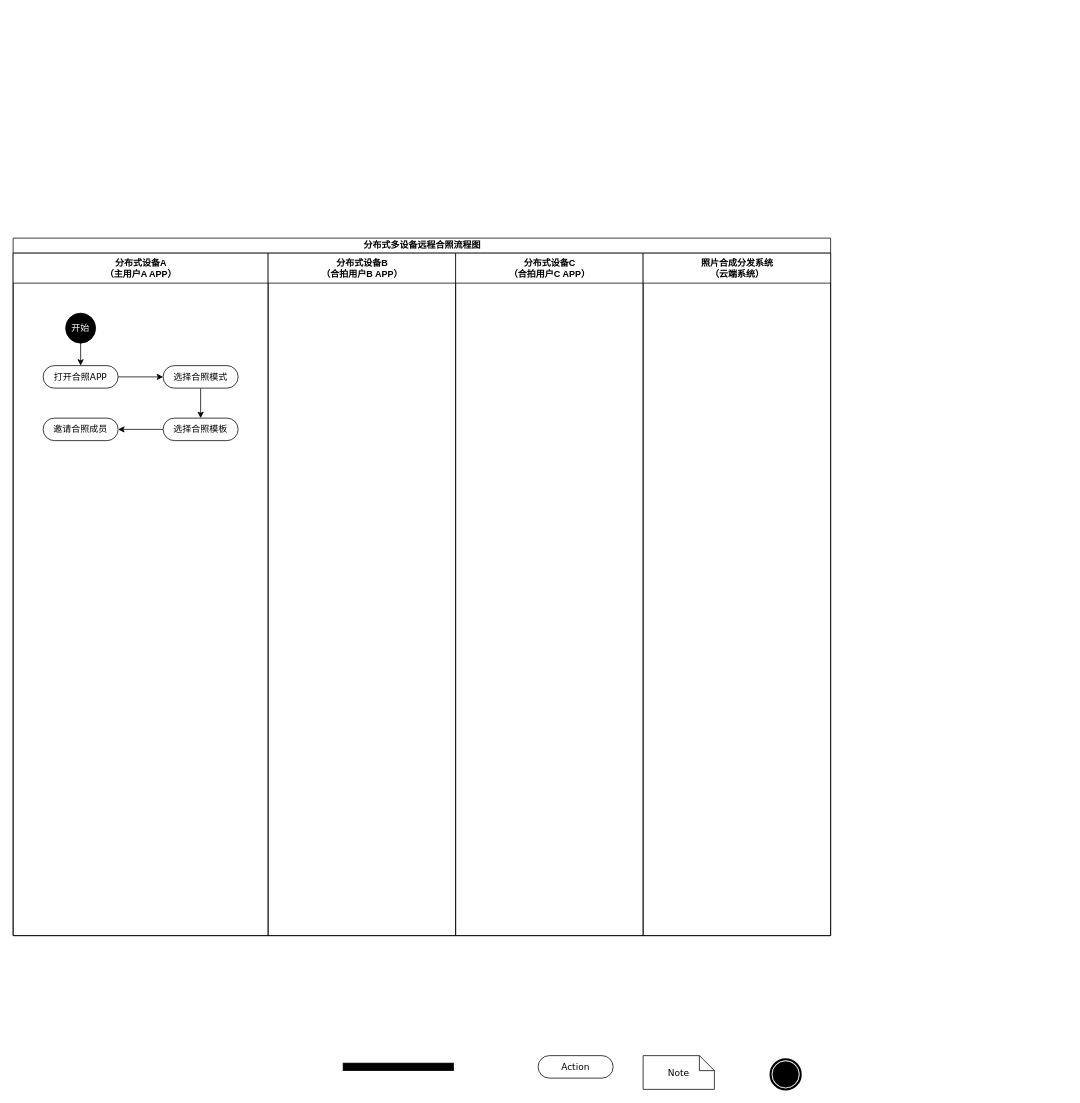
Earlier version of the draw.io diagram draw/分布式多设备远程合照流程图.drawio (befairyliu/draw.io). Source tidied: cells renumbered, new cells numbered last; positions are measured from the earlier drawing's top-left corner, leaving out a move shared by most shapes. Both pictures are drawn from the tidied source at 75%, with x=0, y=0 at pixel (13, 238).
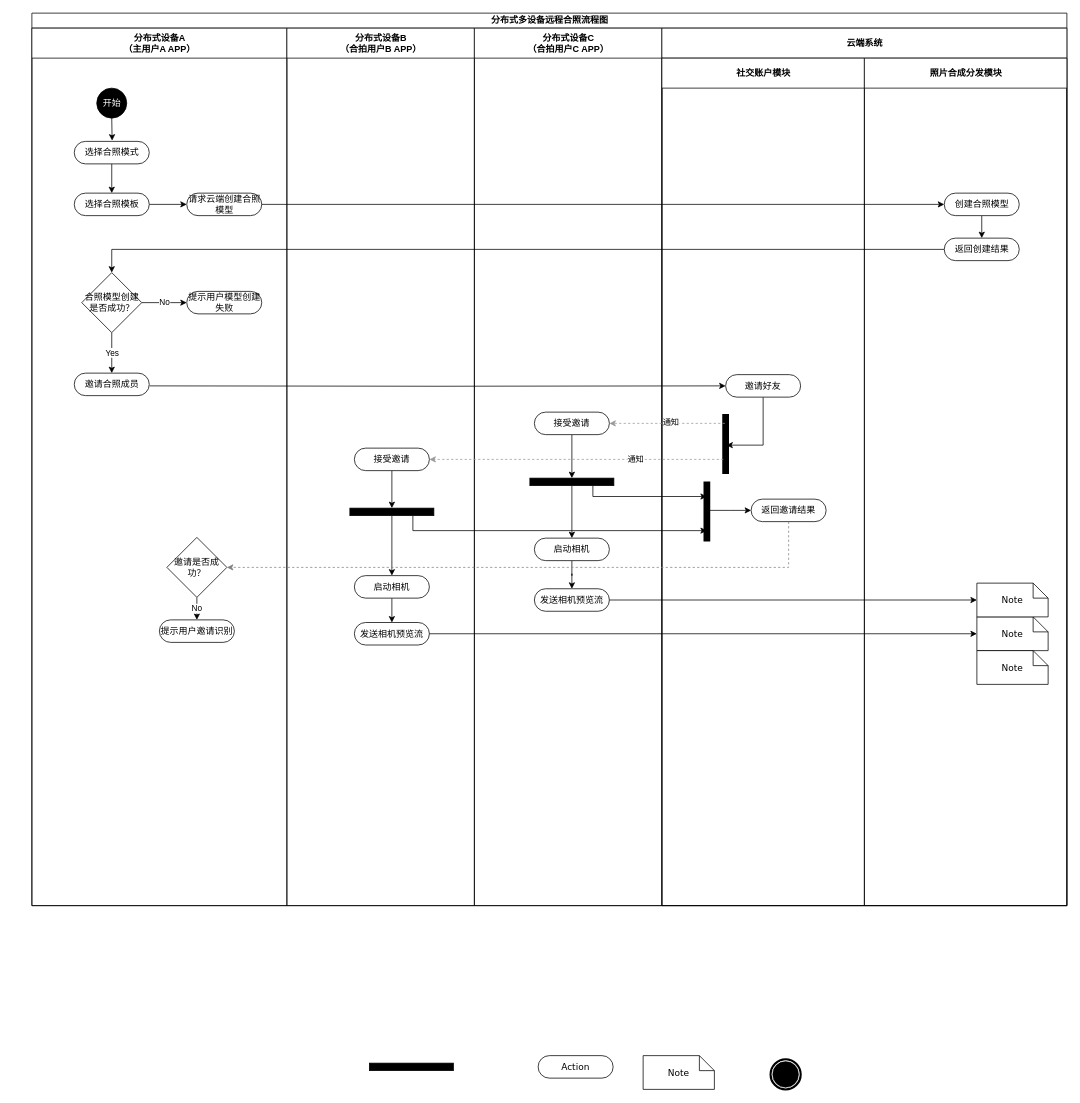
The same page after the edit.

Commit message:
Update 分布式多设备远程合照流程图.drawio

The edit, as a diff of the source:
```diff
@@
+    <mxCell id="16" value="Note" style="shape=note;whiteSpace=wrap;html=1;rounded=0;shadow=0;comic=0;labelBackgroundColor=none;strokeWidth=1;fontFamily=Verdana;fontSize=12;align=center;size=20;" parent="1" vertex="1">
+      <mxGeometry x="840" y="1090" width="95" height="45" as="geometry" />
+    </mxCell>
+    <mxCell id="17" value="Action" style="rounded=1;whiteSpace=wrap;html=1;shadow=0;comic=0;labelBackgroundColor=none;strokeWidth=1;fontFamily=Verdana;fontSize=12;align=center;arcSize=50;" parent="1" vertex="1">
+      <mxGeometry x="700" y="1090" width="100" height="30" as="geometry" />
+    </mxCell>
+    <mxCell id="18" style="shape=mxgraph.bpmn.shape;html=1;verticalLabelPosition=bottom;labelBackgroundColor=#ffffff;verticalAlign=top;perimeter=ellipsePerimeter;outline=end;symbol=terminate;rounded=0;shadow=0;comic=0;strokeWidth=1;fontFamily=Verdana;fontSize=12;align=center;" parent="1" vertex="1">
+      <mxGeometry x="1010" y="1095" width="40" height="40" as="geometry" />
+    </mxCell>
+    <mxCell id="19" style="whiteSpace=wrap;html=1;rounded=0;shadow=0;comic=0;labelBackgroundColor=none;strokeWidth=1;fillColor=#000000;fontFamily=Verdana;fontSize=12;align=center;rotation=0;" parent="1" vertex="1">
+      <mxGeometry x="475" y="1100" width="112" height="10" as="geometry" />
+    </mxCell>
     <mxCell id="2" value="分布式多设备远程合照流程图" style="swimlane;html=1;startSize=20;rounded=0;shadow=0;comic=0;labelBackgroundColor=none;strokeWidth=1;fontFamily=Verdana;fontSize=12;align=center;" parent="1" vertex="1">
-      <mxGeometry width="1090" height="930" as="geometry" />
+      <mxGeometry x="25" y="-300" width="1380" height="1190" as="geometry" />
     </mxCell>
+    <mxCell id="20" style="edgeStyle=orthogonalEdgeStyle;rounded=0;jettySize=auto;html=1;exitX=0;exitY=0.5;exitDx=0;exitDy=0;entryX=0.5;entryY=0;entryDx=0;entryDy=0;" parent="2" edge="1" source="52" target="23">
+      <mxGeometry relative="1" as="geometry" />
+    </mxCell>
     <mxCell id="3" value="分布式设备A&lt;br&gt;（主用户A APP）" style="swimlane;html=1;startSize=40;" parent="2" vertex="1">
-      <mxGeometry y="20" width="340" height="910" as="geometry" />
+      <mxGeometry y="20" width="340" height="1170" as="geometry" />
     </mxCell>
-    <mxCell id="4" style="edgeStyle=orthogonalEdgeStyle;rounded=0;jettySize=auto;html=1;exitX=1;exitY=0.5;exitDx=0;exitDy=0;entryX=0;entryY=0.5;entryDx=0;entryDy=0;" parent="3" edge="1" source="5" target="10">
-      <mxGeometry relative="1" as="geometry" />
-    </mxCell>
-    <mxCell id="5" value="打开合照APP" style="rounded=1;whiteSpace=wrap;html=1;shadow=0;comic=0;labelBackgroundColor=none;strokeWidth=1;fontFamily=Verdana;fontSize=12;align=center;arcSize=50;" parent="3" vertex="1">
-      <mxGeometry x="40" y="150" width="100" height="30" as="geometry" />
-    </mxCell>
-    <mxCell id="6" style="edgeStyle=orthogonalEdgeStyle;rounded=0;jettySize=auto;html=1;exitX=0.5;exitY=1;exitDx=0;exitDy=0;entryX=0.5;entryY=0;entryDx=0;entryDy=0;" parent="3" edge="1" source="7" target="5">
-      <mxGeometry relative="1" as="geometry" />
+    <mxCell id="6" style="edgeStyle=orthogonalEdgeStyle;rounded=0;jettySize=auto;html=1;exitX=0.5;exitY=1;exitDx=0;exitDy=0;" parent="3" edge="1" source="7">
+      <mxGeometry relative="1" as="geometry">
+        <mxPoint x="107" y="150" as="targetPoint" />
+      </mxGeometry>
     </mxCell>
-    <mxCell id="7" value="&lt;font color=&quot;#ffffff&quot;&gt;开始&lt;/font&gt;" style="ellipse;whiteSpace=wrap;html=1;rounded=0;shadow=0;comic=0;labelBackgroundColor=none;strokeWidth=1;fillColor=#000000;fontFamily=Verdana;fontSize=12;align=center;" parent="3" vertex="1">
-      <mxGeometry x="70" y="80" width="40" height="40" as="geometry" />
-    </mxCell>
-    <mxCell id="8" value="邀请合照成员" style="rounded=1;whiteSpace=wrap;html=1;shadow=0;comic=0;labelBackgroundColor=none;strokeWidth=1;fontFamily=Verdana;fontSize=12;align=center;arcSize=50;" parent="3" vertex="1">
-      <mxGeometry x="40" y="220" width="100" height="30" as="geometry" />
-    </mxCell>
+    <mxCell id="21" value="No" style="edgeStyle=orthogonalEdgeStyle;rounded=0;jettySize=auto;html=1;exitX=1;exitY=0.5;exitDx=0;exitDy=0;entryX=0;entryY=0.5;entryDx=0;entryDy=0;" parent="3" edge="1" source="23" target="28">
+      <mxGeometry relative="1" as="geometry" />
+    </mxCell>
+    <mxCell id="22" value="Yes" style="edgeStyle=orthogonalEdgeStyle;rounded=0;jettySize=auto;html=1;exitX=0.5;exitY=1;exitDx=0;exitDy=0;entryX=0.5;entryY=0;entryDx=0;entryDy=0;" parent="3" edge="1" source="23" target="24">
+      <mxGeometry relative="1" as="geometry" />
+    </mxCell>
+    <mxCell id="23" value="合照模型创建是否成功？" style="rhombus;whiteSpace=wrap;html=1;" parent="3" vertex="1">
+      <mxGeometry x="66.5" y="326" width="80" height="80" as="geometry" />
+    </mxCell>
+    <mxCell id="24" value="邀请合照成员" style="rounded=1;whiteSpace=wrap;html=1;shadow=0;comic=0;labelBackgroundColor=none;strokeWidth=1;fontFamily=Verdana;fontSize=12;align=center;arcSize=50;" parent="3" vertex="1">
+      <mxGeometry x="56.5" y="460" width="100" height="30" as="geometry" />
+    </mxCell>
@@
     <mxCell id="10" value="选择合照模式" style="rounded=1;whiteSpace=wrap;html=1;shadow=0;comic=0;labelBackgroundColor=none;strokeWidth=1;fontFamily=Verdana;fontSize=12;align=center;arcSize=50;" parent="3" vertex="1">
-      <mxGeometry x="200" y="150" width="100" height="30" as="geometry" />
+      <mxGeometry x="56.5" y="151" width="100" height="30" as="geometry" />
     </mxCell>
-    <mxCell id="11" style="edgeStyle=orthogonalEdgeStyle;rounded=0;jettySize=auto;html=1;exitX=0;exitY=0.5;exitDx=0;exitDy=0;entryX=1;entryY=0.5;entryDx=0;entryDy=0;" parent="3" edge="1" source="12" target="8">
+    <mxCell id="11" style="edgeStyle=orthogonalEdgeStyle;rounded=0;jettySize=auto;html=1;exitX=1;exitY=0.5;exitDx=0;exitDy=0;entryX=0;entryY=0.5;entryDx=0;entryDy=0;" parent="3" edge="1" source="12" target="8">
       <mxGeometry relative="1" as="geometry" />
     </mxCell>
     <mxCell id="12" value="选择合照模板" style="rounded=1;whiteSpace=wrap;html=1;shadow=0;comic=0;labelBackgroundColor=none;strokeWidth=1;fontFamily=Verdana;fontSize=12;align=center;arcSize=50;" parent="3" vertex="1">
-      <mxGeometry x="200" y="220" width="100" height="30" as="geometry" />
+      <mxGeometry x="56.5" y="220" width="100" height="30" as="geometry" />
     </mxCell>
+    <mxCell id="7" value="&lt;font color=&quot;#ffffff&quot;&gt;开始&lt;/font&gt;" style="ellipse;whiteSpace=wrap;html=1;rounded=0;shadow=0;comic=0;labelBackgroundColor=none;strokeWidth=1;fillColor=#000000;fontFamily=Verdana;fontSize=12;align=center;" parent="3" vertex="1">
+      <mxGeometry x="86.5" y="80" width="40" height="40" as="geometry" />
+    </mxCell>
+    <mxCell id="25" value="No" style="edgeStyle=orthogonalEdgeStyle;rounded=0;jettySize=auto;html=1;exitX=0.5;exitY=1;exitDx=0;exitDy=0;entryX=0.5;entryY=0;entryDx=0;entryDy=0;startArrow=none;startFill=0;endArrow=classic;endFill=1;" parent="3" edge="1" source="26" target="27">
+      <mxGeometry relative="1" as="geometry" />
+    </mxCell>
+    <mxCell id="26" value="邀请是否成功？" style="rhombus;whiteSpace=wrap;html=1;" parent="3" vertex="1">
+      <mxGeometry x="180" y="679" width="80" height="80" as="geometry" />
+    </mxCell>
+    <mxCell id="27" value="提示用户邀请识别" style="rounded=1;whiteSpace=wrap;html=1;shadow=0;comic=0;labelBackgroundColor=none;strokeWidth=1;fontFamily=Verdana;fontSize=12;align=center;arcSize=50;" parent="3" vertex="1">
+      <mxGeometry x="170" y="789" width="100" height="30" as="geometry" />
+    </mxCell>
+    <mxCell id="8" value="请求云端创建合照模型" style="rounded=1;whiteSpace=wrap;html=1;shadow=0;comic=0;labelBackgroundColor=none;strokeWidth=1;fontFamily=Verdana;fontSize=12;align=center;arcSize=50;" parent="3" vertex="1">
+      <mxGeometry x="206.5" y="220" width="100" height="30" as="geometry" />
+    </mxCell>
+    <mxCell id="28" value="提示用户模型创建失败" style="rounded=1;whiteSpace=wrap;html=1;shadow=0;comic=0;labelBackgroundColor=none;strokeWidth=1;fontFamily=Verdana;fontSize=12;align=center;arcSize=50;" parent="3" vertex="1">
+      <mxGeometry x="206.5" y="351" width="100" height="30" as="geometry" />
+    </mxCell>
     <mxCell id="13" value="分布式设备B&lt;br&gt;（合拍用户B APP）" style="swimlane;html=1;startSize=40;" parent="2" vertex="1">
-      <mxGeometry x="340" y="20" width="250" height="910" as="geometry" />
+      <mxGeometry x="340" y="20" width="250" height="1170" as="geometry" />
     </mxCell>
+    <mxCell id="29" value="发送相机预览流" style="rounded=1;whiteSpace=wrap;html=1;shadow=0;comic=0;labelBackgroundColor=none;strokeWidth=1;fontFamily=Verdana;fontSize=12;align=center;arcSize=50;" parent="13" vertex="1">
+      <mxGeometry x="90" y="792.5" width="100" height="30" as="geometry" />
+    </mxCell>
+    <mxCell id="30" style="edgeStyle=orthogonalEdgeStyle;rounded=0;jettySize=auto;html=1;exitX=0.5;exitY=1;exitDx=0;exitDy=0;entryX=0.5;entryY=0;entryDx=0;entryDy=0;startArrow=none;startFill=0;endArrow=classic;endFill=1;" parent="13" edge="1" source="31" target="35">
+      <mxGeometry relative="1" as="geometry" />
+    </mxCell>
+    <mxCell id="31" value="接受邀请" style="rounded=1;whiteSpace=wrap;html=1;shadow=0;comic=0;labelBackgroundColor=none;strokeWidth=1;fontFamily=Verdana;fontSize=12;align=center;arcSize=50;" parent="13" vertex="1">
+      <mxGeometry x="90" y="560" width="100" height="30" as="geometry" />
+    </mxCell>
+    <mxCell id="32" style="edgeStyle=orthogonalEdgeStyle;rounded=0;jettySize=auto;html=1;exitX=0.5;exitY=1;exitDx=0;exitDy=0;entryX=0.5;entryY=0;entryDx=0;entryDy=0;startArrow=none;startFill=0;endArrow=classic;endFill=1;" parent="13" edge="1" source="33" target="29">
+      <mxGeometry relative="1" as="geometry" />
+    </mxCell>
+    <mxCell id="33" value="启动相机" style="rounded=1;whiteSpace=wrap;html=1;shadow=0;comic=0;labelBackgroundColor=none;strokeWidth=1;fontFamily=Verdana;fontSize=12;align=center;arcSize=50;" parent="13" vertex="1">
+      <mxGeometry x="90" y="730" width="100" height="30" as="geometry" />
+    </mxCell>
+    <mxCell id="34" style="edgeStyle=orthogonalEdgeStyle;rounded=0;jettySize=auto;html=1;exitX=0.5;exitY=1;exitDx=0;exitDy=0;entryX=0.5;entryY=0;entryDx=0;entryDy=0;startArrow=none;startFill=0;endArrow=classic;endFill=1;" parent="13" edge="1" source="35" target="33">
+      <mxGeometry relative="1" as="geometry" />
+    </mxCell>
+    <mxCell id="35" style="whiteSpace=wrap;html=1;rounded=0;shadow=0;comic=0;labelBackgroundColor=none;strokeWidth=1;fillColor=#000000;fontFamily=Verdana;fontSize=12;align=center;rotation=0;" parent="13" vertex="1">
+      <mxGeometry x="84" y="640" width="112" height="10" as="geometry" />
+    </mxCell>
     <mxCell id="14" value="分布式设备C&lt;br&gt;（合拍用户C APP）" style="swimlane;html=1;startSize=40;" parent="2" vertex="1">
-      <mxGeometry x="590" y="20" width="250" height="910" as="geometry" />
+      <mxGeometry x="590" y="20" width="250" height="1170" as="geometry" />
     </mxCell>
+    <mxCell id="36" value="发送相机预览流" style="rounded=1;whiteSpace=wrap;html=1;shadow=0;comic=0;labelBackgroundColor=none;strokeWidth=1;fontFamily=Verdana;fontSize=12;align=center;arcSize=50;" parent="14" vertex="1">
+      <mxGeometry x="80" y="747.5" width="100" height="30" as="geometry" />
+    </mxCell>
+    <mxCell id="37" style="edgeStyle=orthogonalEdgeStyle;rounded=0;jettySize=auto;html=1;exitX=0.5;exitY=1;exitDx=0;exitDy=0;entryX=0.5;entryY=0;entryDx=0;entryDy=0;startArrow=none;startFill=0;endArrow=classic;endFill=1;" parent="14" edge="1" source="38" target="42">
+      <mxGeometry relative="1" as="geometry" />
+    </mxCell>
+    <mxCell id="38" value="接受邀请" style="rounded=1;whiteSpace=wrap;html=1;shadow=0;comic=0;labelBackgroundColor=none;strokeWidth=1;fontFamily=Verdana;fontSize=12;align=center;arcSize=50;" parent="14" vertex="1">
+      <mxGeometry x="80" y="512" width="100" height="30" as="geometry" />
+    </mxCell>
+    <mxCell id="39" style="edgeStyle=orthogonalEdgeStyle;rounded=0;jettySize=auto;html=1;exitX=0.5;exitY=1;exitDx=0;exitDy=0;startArrow=none;startFill=0;endArrow=classic;endFill=1;" parent="14" edge="1" source="40" target="36">
+      <mxGeometry relative="1" as="geometry" />
+    </mxCell>
+    <mxCell id="40" value="启动相机" style="rounded=1;whiteSpace=wrap;html=1;shadow=0;comic=0;labelBackgroundColor=none;strokeWidth=1;fontFamily=Verdana;fontSize=12;align=center;arcSize=50;" parent="14" vertex="1">
+      <mxGeometry x="80" y="680" width="100" height="30" as="geometry" />
+    </mxCell>
+    <mxCell id="41" style="edgeStyle=orthogonalEdgeStyle;rounded=0;jettySize=auto;html=1;exitX=0.5;exitY=1;exitDx=0;exitDy=0;entryX=0.5;entryY=0;entryDx=0;entryDy=0;startArrow=none;startFill=0;endArrow=classic;endFill=1;" parent="14" edge="1" source="42" target="40">
+      <mxGeometry relative="1" as="geometry" />
+    </mxCell>
+    <mxCell id="42" style="whiteSpace=wrap;html=1;rounded=0;shadow=0;comic=0;labelBackgroundColor=none;strokeWidth=1;fillColor=#000000;fontFamily=Verdana;fontSize=12;align=center;rotation=0;" parent="14" vertex="1">
+      <mxGeometry x="74" y="600" width="112" height="10" as="geometry" />
+    </mxCell>
-    <mxCell id="15" value="照片合成分发系统&lt;br&gt;（云端系统）" style="swimlane;html=1;startSize=40;" parent="2" vertex="1">
-      <mxGeometry x="840" y="20" width="250" height="910" as="geometry" />
+    <mxCell id="15" value="云端系统" style="swimlane;html=1;startSize=40;" parent="2" vertex="1">
+      <mxGeometry x="840" y="20" width="540" height="1170" as="geometry" />
     </mxCell>
-    <mxCell id="16" value="Note" style="shape=note;whiteSpace=wrap;html=1;rounded=0;shadow=0;comic=0;labelBackgroundColor=none;strokeWidth=1;fontFamily=Verdana;fontSize=12;align=center;size=20;" parent="1" vertex="1">
-      <mxGeometry x="840" y="1090" width="95" height="45" as="geometry" />
-    </mxCell>
-    <mxCell id="17" value="Action" style="rounded=1;whiteSpace=wrap;html=1;shadow=0;comic=0;labelBackgroundColor=none;strokeWidth=1;fontFamily=Verdana;fontSize=12;align=center;arcSize=50;" parent="1" vertex="1">
-      <mxGeometry x="700" y="1090" width="100" height="30" as="geometry" />
-    </mxCell>
-    <mxCell id="18" style="shape=mxgraph.bpmn.shape;html=1;verticalLabelPosition=bottom;labelBackgroundColor=#ffffff;verticalAlign=top;perimeter=ellipsePerimeter;outline=end;symbol=terminate;rounded=0;shadow=0;comic=0;strokeWidth=1;fontFamily=Verdana;fontSize=12;align=center;" parent="1" vertex="1">
-      <mxGeometry x="1010" y="1095" width="40" height="40" as="geometry" />
-    </mxCell>
-    <mxCell id="19" style="whiteSpace=wrap;html=1;rounded=0;shadow=0;comic=0;labelBackgroundColor=none;strokeWidth=1;fillColor=#000000;fontFamily=Verdana;fontSize=12;align=center;rotation=0;" parent="1" vertex="1">
-      <mxGeometry x="440" y="1100" width="147" height="10" as="geometry" />
-    </mxCell>
+    <mxCell id="43" value="社交账户模块" style="swimlane;html=1;startSize=40;fillColor=#FFFFFF;" parent="15" vertex="1">
+      <mxGeometry y="40" width="270" height="1130" as="geometry" />
+    </mxCell>
+    <mxCell id="44" style="shape=line;strokeWidth=9;rotation=90;" parent="43" vertex="1">
+      <mxGeometry x="20" y="597" width="80" height="15" as="geometry" />
+    </mxCell>
+    <mxCell id="45" style="shape=line;strokeWidth=9;rotation=90;" parent="43" vertex="1">
+      <mxGeometry x="45" y="507" width="80" height="15" as="geometry" />
+    </mxCell>
+    <mxCell id="46" style="edgeStyle=orthogonalEdgeStyle;rounded=0;jettySize=auto;html=1;exitX=0.5;exitY=1;exitDx=0;exitDy=0;entryX=0.519;entryY=0.433;entryDx=0;entryDy=0;entryPerimeter=0;" parent="43" edge="1" source="47" target="45">
+      <mxGeometry relative="1" as="geometry">
+        <Array as="points">
+          <mxPoint x="135" y="516" />
+        </Array>
+      </mxGeometry>
+    </mxCell>
+    <mxCell id="47" value="邀请好友" style="rounded=1;whiteSpace=wrap;html=1;shadow=0;comic=0;labelBackgroundColor=none;strokeWidth=1;fontFamily=Verdana;fontSize=12;align=center;arcSize=50;" parent="43" vertex="1">
+      <mxGeometry x="85" y="422" width="100" height="30" as="geometry" />
+    </mxCell>
+    <mxCell id="48" style="edgeStyle=orthogonalEdgeStyle;rounded=0;jettySize=auto;html=1;exitX=0;exitY=0.5;exitDx=0;exitDy=0;entryX=0.481;entryY=-0.167;entryDx=0;entryDy=0;entryPerimeter=0;startArrow=classic;startFill=1;endArrow=none;endFill=0;" parent="43" edge="1" source="49">
+      <mxGeometry relative="1" as="geometry">
+        <mxPoint x="64" y="603" as="targetPoint" />
+      </mxGeometry>
+    </mxCell>
+    <mxCell id="49" value="返回邀请结果" style="rounded=1;whiteSpace=wrap;html=1;shadow=0;comic=0;labelBackgroundColor=none;strokeWidth=1;fontFamily=Verdana;fontSize=12;align=center;arcSize=50;" parent="43" vertex="1">
+      <mxGeometry x="119" y="588" width="100" height="30" as="geometry" />
+    </mxCell>
+    <mxCell id="50" value="照片合成分发模块" style="swimlane;html=1;startSize=40;" parent="15" vertex="1">
+      <mxGeometry x="270" y="40" width="270" height="1130" as="geometry" />
+    </mxCell>
+    <mxCell id="51" style="edgeStyle=orthogonalEdgeStyle;rounded=0;jettySize=auto;html=1;exitX=0.5;exitY=1;exitDx=0;exitDy=0;entryX=0.5;entryY=0;entryDx=0;entryDy=0;" parent="50" edge="1" source="53" target="52">
+      <mxGeometry relative="1" as="geometry" />
+    </mxCell>
+    <mxCell id="52" value="返回创建结果" style="rounded=1;whiteSpace=wrap;html=1;shadow=0;comic=0;labelBackgroundColor=none;strokeWidth=1;fontFamily=Verdana;fontSize=12;align=center;arcSize=50;" parent="50" vertex="1">
+      <mxGeometry x="106.5" y="240" width="100" height="30" as="geometry" />
+    </mxCell>
+    <mxCell id="53" value="创建合照模型" style="rounded=1;whiteSpace=wrap;html=1;shadow=0;comic=0;labelBackgroundColor=none;strokeWidth=1;fontFamily=Verdana;fontSize=12;align=center;arcSize=50;" parent="50" vertex="1">
+      <mxGeometry x="106.5" y="180" width="100" height="30" as="geometry" />
+    </mxCell>
+    <mxCell id="54" value="Note" style="shape=note;whiteSpace=wrap;html=1;rounded=0;shadow=0;comic=0;labelBackgroundColor=none;strokeWidth=1;fontFamily=Verdana;fontSize=12;align=center;size=20;" parent="50" vertex="1">
+      <mxGeometry x="150" y="745" width="95" height="45" as="geometry" />
+    </mxCell>
+    <mxCell id="55" value="Note" style="shape=note;whiteSpace=wrap;html=1;rounded=0;shadow=0;comic=0;labelBackgroundColor=none;strokeWidth=1;fontFamily=Verdana;fontSize=12;align=center;size=20;" parent="50" vertex="1">
+      <mxGeometry x="150" y="700" width="95" height="45" as="geometry" />
+    </mxCell>
+    <mxCell id="56" value="Note" style="shape=note;whiteSpace=wrap;html=1;rounded=0;shadow=0;comic=0;labelBackgroundColor=none;strokeWidth=1;fontFamily=Verdana;fontSize=12;align=center;size=20;" parent="50" vertex="1">
+      <mxGeometry x="150" y="790" width="95" height="45" as="geometry" />
+    </mxCell>
+    <mxCell id="57" style="edgeStyle=orthogonalEdgeStyle;rounded=0;jettySize=auto;html=1;exitX=1;exitY=0.5;exitDx=0;exitDy=0;" parent="2" edge="1" source="8" target="53">
+      <mxGeometry relative="1" as="geometry" />
+    </mxCell>
+    <mxCell id="58" style="edgeStyle=orthogonalEdgeStyle;rounded=0;jettySize=auto;html=1;entryX=0;entryY=0.5;entryDx=0;entryDy=0;" parent="2" edge="1" target="47">
+      <mxGeometry relative="1" as="geometry">
+        <mxPoint x="157" y="497" as="sourcePoint" />
+      </mxGeometry>
+    </mxCell>
+    <mxCell id="59" style="edgeStyle=orthogonalEdgeStyle;rounded=0;jettySize=auto;html=1;exitX=0.156;exitY=0.567;exitDx=0;exitDy=0;entryX=1;entryY=0.5;entryDx=0;entryDy=0;dashed=1;exitPerimeter=0;strokeColor=#999999;" parent="2" edge="1" source="45" target="38">
+      <mxGeometry relative="1" as="geometry" />
+    </mxCell>
+    <mxCell id="60" value="通知" style="edgeLabel;html=1;align=center;verticalAlign=middle;" parent="59" vertex="1">
+      <mxGeometry x="-0.07" y="2" relative="1" as="geometry">
+        <mxPoint y="-3" as="offset" />
+      </mxGeometry>
+    </mxCell>
+    <mxCell id="61" style="edgeStyle=orthogonalEdgeStyle;rounded=0;jettySize=auto;html=1;entryX=1;entryY=0.5;entryDx=0;entryDy=0;dashed=1;strokeColor=#999999;" parent="2" edge="1" target="31">
+      <mxGeometry relative="1" as="geometry">
+        <mxPoint x="922" y="595" as="sourcePoint" />
+        <Array as="points">
+          <mxPoint x="922" y="595" />
+        </Array>
+      </mxGeometry>
+    </mxCell>
+    <mxCell id="62" value="通知" style="edgeLabel;html=1;align=center;verticalAlign=middle;" parent="61" vertex="1">
+      <mxGeometry x="-0.4" y="1" relative="1" as="geometry">
+        <mxPoint y="-2" as="offset" />
+      </mxGeometry>
+    </mxCell>
+    <mxCell id="63" style="edgeStyle=orthogonalEdgeStyle;rounded=0;jettySize=auto;html=1;exitX=0.75;exitY=1;exitDx=0;exitDy=0;startArrow=none;startFill=0;endArrow=classic;endFill=1;" parent="2" edge="1" source="35">
+      <mxGeometry relative="1" as="geometry">
+        <mxPoint x="900" y="690" as="targetPoint" />
+        <Array as="points">
+          <mxPoint x="508" y="690" />
+        </Array>
+      </mxGeometry>
+    </mxCell>
+    <mxCell id="64" style="edgeStyle=orthogonalEdgeStyle;rounded=0;jettySize=auto;html=1;exitX=0.75;exitY=1;exitDx=0;exitDy=0;entryX=0.25;entryY=0.5;entryDx=0;entryDy=0;entryPerimeter=0;startArrow=none;startFill=0;endArrow=classic;endFill=1;" parent="2" edge="1" source="42" target="44">
+      <mxGeometry relative="1" as="geometry">
+        <Array as="points">
+          <mxPoint x="748" y="645" />
+        </Array>
+      </mxGeometry>
+    </mxCell>
+    <mxCell id="65" style="edgeStyle=orthogonalEdgeStyle;rounded=0;jettySize=auto;html=1;exitX=1;exitY=0.5;exitDx=0;exitDy=0;entryX=0;entryY=0.5;entryDx=0;entryDy=0;entryPerimeter=0;startArrow=none;startFill=0;endArrow=classic;endFill=1;" parent="2" edge="1" source="36" target="55">
+      <mxGeometry relative="1" as="geometry" />
+    </mxCell>
+    <mxCell id="66" style="edgeStyle=orthogonalEdgeStyle;rounded=0;jettySize=auto;html=1;exitX=1;exitY=0.5;exitDx=0;exitDy=0;startArrow=none;startFill=0;endArrow=classic;endFill=1;" parent="2" edge="1" source="29" target="54">
+      <mxGeometry relative="1" as="geometry" />
+    </mxCell>
+    <mxCell id="67" style="edgeStyle=orthogonalEdgeStyle;rounded=0;jettySize=auto;html=1;exitX=0.5;exitY=1;exitDx=0;exitDy=0;entryX=1;entryY=0.5;entryDx=0;entryDy=0;startArrow=none;startFill=0;endArrow=classic;endFill=1;dashed=1;strokeColor=#808080;" parent="2" edge="1" source="49" target="26">
+      <mxGeometry relative="1" as="geometry" />
+    </mxCell>
```
